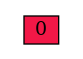
This is GRAPH_VIZ/gvDiff_der.dot.png from Mikhail038/MY_Differentiator, a Graphviz export, as it was before one commit. Its source is kept beside it as GRAPH_VIZ/gvDiff_der.dot.
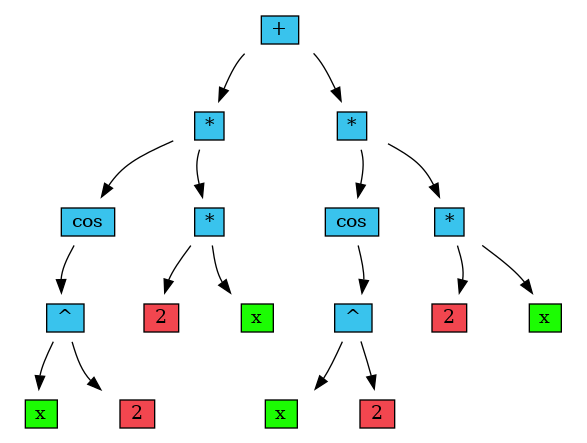
Later version of the same file.

What changed in the source:
```diff
@@ -4,16 +4,240 @@
     bgcolor = "white";
     node [shape = "plaintext", style = "solid"];
 
-                    node_0x604000000150
+                    node_0x604000000950
                     [
                         label=
                         <
                         <table border="0" cellborder="1" cellspacing="0">
-                            <tr><td colspan="2" bgcolor = "#f21847">
- 0 </td>
+                            <tr><td colspan="2" bgcolor = "#39c3ed">
+ + </td>
                             </tr>
                         </table>
                         >
                     ]
 
+
+                    node_0x604000000910
+                    [
+                        label=
+                        <
+                        <table border="0" cellborder="1" cellspacing="0">
+                            <tr><td colspan="2" bgcolor = "#39c3ed">
+ * </td>
+                            </tr>
+                        </table>
+                        >
+                    ]
+
+                    node_0x604000000950 -> node_0x604000000910;
+
+                    node_0x6040000008d0
+                    [
+                        label=
+                        <
+                        <table border="0" cellborder="1" cellspacing="0">
+                            <tr><td colspan="2" bgcolor = "#39c3ed">
+ cos </td>
+                            </tr>
+                        </table>
+                        >
+                    ]
+
+                    node_0x604000000910 -> node_0x6040000008d0;
+
+                    node_0x604000000810
+                    [
+                        label=
+                        <
+                        <table border="0" cellborder="1" cellspacing="0">
+                            <tr><td colspan="2" bgcolor = "#39c3ed">
+ ^ </td>
+                            </tr>
+                        </table>
+                        >
+                    ]
+
+                    node_0x6040000008d0 -> node_0x604000000810;
+
+                    node_0x604000000850
+                    [
+                        label=
+                        <
+                        <table border="0" cellborder="1" cellspacing="0">
+                            <tr><td colspan="2" bgcolor = "#1cfc03">
+ x </td>
+                            </tr>
+                        </table>
+                        >
+                    ]
+
+                    node_0x604000000810 -> node_0x604000000850;
+
+                    node_0x604000000890
+                    [
+                        label=
+                        <
+                        <table border="0" cellborder="1" cellspacing="0">
+                            <tr><td colspan="2" bgcolor = "#f2464f">
+ 2 </td>
+                            </tr>
+                        </table>
+                        >
+                    ]
+
+                    node_0x604000000810 -> node_0x604000000890;
+
+                    node_0x6040000007d0
+                    [
+                        label=
+                        <
+                        <table border="0" cellborder="1" cellspacing="0">
+                            <tr><td colspan="2" bgcolor = "#39c3ed">
+ * </td>
+                            </tr>
+                        </table>
+                        >
+                    ]
+
+                    node_0x604000000910 -> node_0x6040000007d0;
+
+                    node_0x604000000750
+                    [
+                        label=
+                        <
+                        <table border="0" cellborder="1" cellspacing="0">
+                            <tr><td colspan="2" bgcolor = "#f2464f">
+ 2 </td>
+                            </tr>
+                        </table>
+                        >
+                    ]
+
+                    node_0x6040000007d0 -> node_0x604000000750;
+
+                    node_0x604000000710
+                    [
+                        label=
+                        <
+                        <table border="0" cellborder="1" cellspacing="0">
+                            <tr><td colspan="2" bgcolor = "#1cfc03">
+ x </td>
+                            </tr>
+                        </table>
+                        >
+                    ]
+
+                    node_0x6040000007d0 -> node_0x604000000710;
+
+                    node_0x604000000590
+                    [
+                        label=
+                        <
+                        <table border="0" cellborder="1" cellspacing="0">
+                            <tr><td colspan="2" bgcolor = "#39c3ed">
+ * </td>
+                            </tr>
+                        </table>
+                        >
+                    ]
+
+                    node_0x604000000950 -> node_0x604000000590;
+
+                    node_0x604000000550
+                    [
+                        label=
+                        <
+                        <table border="0" cellborder="1" cellspacing="0">
+                            <tr><td colspan="2" bgcolor = "#39c3ed">
+ cos </td>
+                            </tr>
+                        </table>
+                        >
+                    ]
+
+                    node_0x604000000590 -> node_0x604000000550;
+
+                    node_0x604000000490
+                    [
+                        label=
+                        <
+                        <table border="0" cellborder="1" cellspacing="0">
+                            <tr><td colspan="2" bgcolor = "#39c3ed">
+ ^ </td>
+                            </tr>
+                        </table>
+                        >
+                    ]
+
+                    node_0x604000000550 -> node_0x604000000490;
+
+                    node_0x6040000004d0
+                    [
+                        label=
+                        <
+                        <table border="0" cellborder="1" cellspacing="0">
+                            <tr><td colspan="2" bgcolor = "#1cfc03">
+ x </td>
+                            </tr>
+                        </table>
+                        >
+                    ]
+
+                    node_0x604000000490 -> node_0x6040000004d0;
+
+                    node_0x604000000510
+                    [
+                        label=
+                        <
+                        <table border="0" cellborder="1" cellspacing="0">
+                            <tr><td colspan="2" bgcolor = "#f2464f">
+ 2 </td>
+                            </tr>
+                        </table>
+                        >
+                    ]
+
+                    node_0x604000000490 -> node_0x604000000510;
+
+                    node_0x604000000450
+                    [
+                        label=
+                        <
+                        <table border="0" cellborder="1" cellspacing="0">
+                            <tr><td colspan="2" bgcolor = "#39c3ed">
+ * </td>
+                            </tr>
+                        </table>
+                        >
+                    ]
+
+                    node_0x604000000590 -> node_0x604000000450;
+
+                    node_0x6040000003d0
+                    [
+                        label=
+                        <
+                        <table border="0" cellborder="1" cellspacing="0">
+                            <tr><td colspan="2" bgcolor = "#f2464f">
+ 2 </td>
+                            </tr>
+                        </table>
+                        >
+                    ]
+
+                    node_0x604000000450 -> node_0x6040000003d0;
+
+                    node_0x604000000390
+                    [
+                        label=
+                        <
+                        <table border="0" cellborder="1" cellspacing="0">
+                            <tr><td colspan="2" bgcolor = "#1cfc03">
+ x </td>
+                            </tr>
+                        </table>
+                        >
+                    ]
+
+                    node_0x604000000450 -> node_0x604000000390;
 }
```
